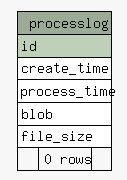
btv/DED_backend keeps this Graphviz diagram as dbDocs/diagrams/summary/processlog.1degree.png. Above is the earlier version. Its source is kept beside it as dbDocs/diagrams/summary/processlog.1degree.dot. Its diagram source:
```dot
digraph "processlog" {
  graph [
    rankdir="RL"
    bgcolor="#f7f7f7"
    nodesep="0.18"
    ranksep="0.46"
    fontname="Helvetica"
    fontsize="11"
  ];
  node [
    fontname="Helvetica"
    fontsize="11"
    shape="plaintext"
  ];
  edge [
    arrowsize="0.8"
  ];
  "processlog" [
    label=<
    <TABLE BORDER="0" CELLBORDER="1" CELLSPACING="0" BGCOLOR="#ffffff">
      <TR><TD COLSPAN="3" BGCOLOR="#9bab96" ALIGN="CENTER">processlog</TD></TR>
      <TR><TD PORT="id" COLSPAN="3" BGCOLOR="#bed1b8" ALIGN="LEFT">id</TD></TR>
      <TR><TD PORT="create_time" COLSPAN="3" ALIGN="LEFT">create_time</TD></TR>
      <TR><TD PORT="process_time" COLSPAN="3" ALIGN="LEFT">process_time</TD></TR>
      <TR><TD PORT="blob" COLSPAN="3" ALIGN="LEFT">blob</TD></TR>
      <TR><TD PORT="file_size" COLSPAN="3" ALIGN="LEFT">file_size</TD></TR>
      <TR><TD ALIGN="LEFT" BGCOLOR="#f7f7f7">  </TD><TD ALIGN="RIGHT" BGCOLOR="#f7f7f7">0 rows</TD><TD ALIGN="RIGHT" BGCOLOR="#f7f7f7">  </TD></TR>
    </TABLE>>
    URL="tables/processlog.html"
    tooltip="processlog"
  ];
}
```
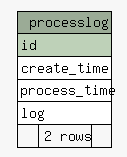
Later version of the same file.

Diff of the diagram source:
```diff
@@ -22,9 +22,8 @@
       <TR><TD PORT="id" COLSPAN="3" BGCOLOR="#bed1b8" ALIGN="LEFT">id</TD></TR>
       <TR><TD PORT="create_time" COLSPAN="3" ALIGN="LEFT">create_time</TD></TR>
       <TR><TD PORT="process_time" COLSPAN="3" ALIGN="LEFT">process_time</TD></TR>
-      <TR><TD PORT="blob" COLSPAN="3" ALIGN="LEFT">blob</TD></TR>
-      <TR><TD PORT="file_size" COLSPAN="3" ALIGN="LEFT">file_size</TD></TR>
-      <TR><TD ALIGN="LEFT" BGCOLOR="#f7f7f7">  </TD><TD ALIGN="RIGHT" BGCOLOR="#f7f7f7">0 rows</TD><TD ALIGN="RIGHT" BGCOLOR="#f7f7f7">  </TD></TR>
+      <TR><TD PORT="log" COLSPAN="3" ALIGN="LEFT">log</TD></TR>
+      <TR><TD ALIGN="LEFT" BGCOLOR="#f7f7f7">  </TD><TD ALIGN="RIGHT" BGCOLOR="#f7f7f7">2 rows</TD><TD ALIGN="RIGHT" BGCOLOR="#f7f7f7">  </TD></TR>
     </TABLE>>
     URL="tables/processlog.html"
     tooltip="processlog"
```
